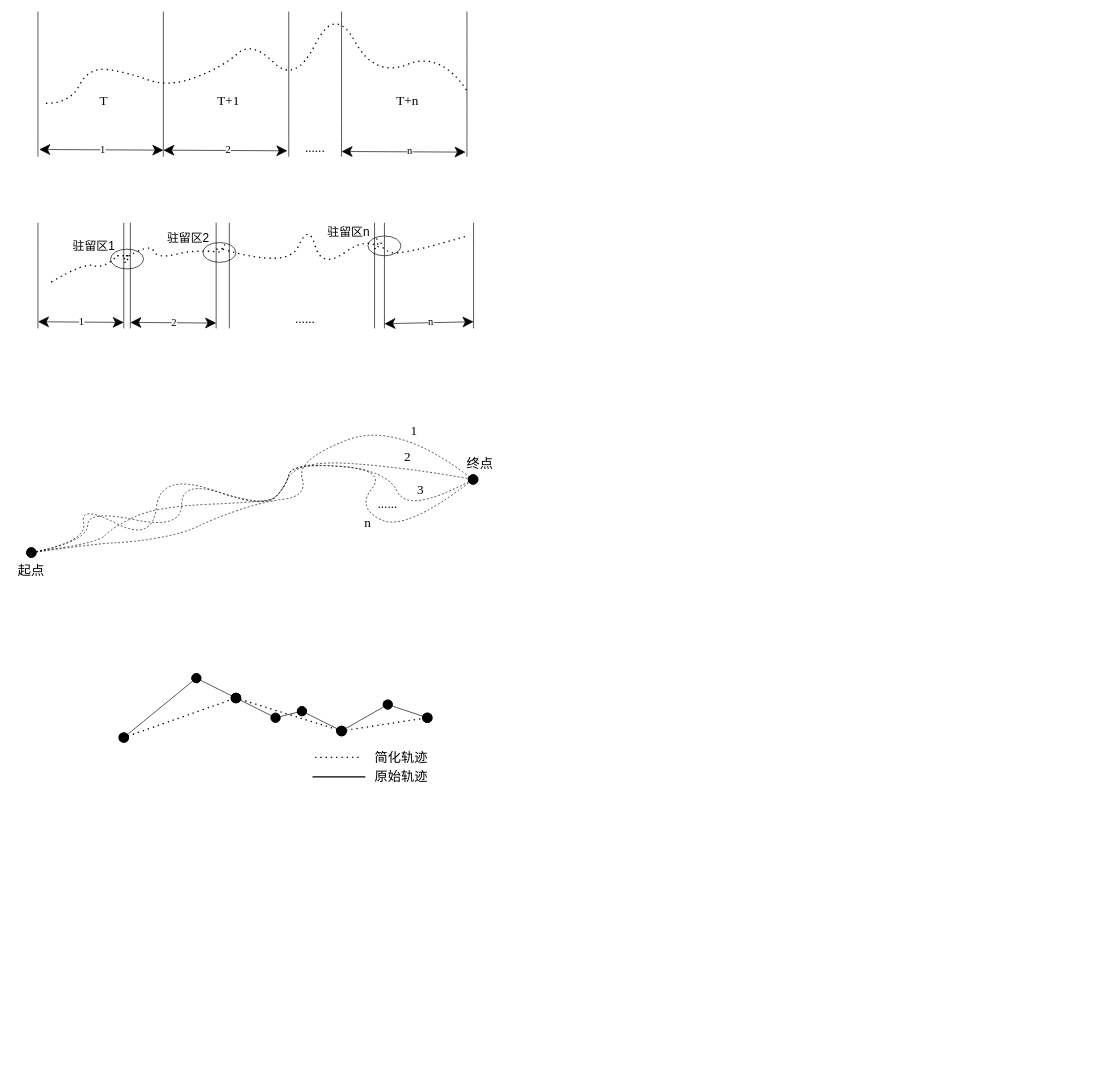
Before: 专利2.drawio in wangwuhua11/draw, a draw.io diagram. Source tidied: cells renumbered, new cells numbered last; positions are measured from the earlier drawing's top-left corner, leaving out a move shared by most shapes. Both pictures are drawn from the tidied source at 66%, with x=0, y=0 at pixel (11, 5).
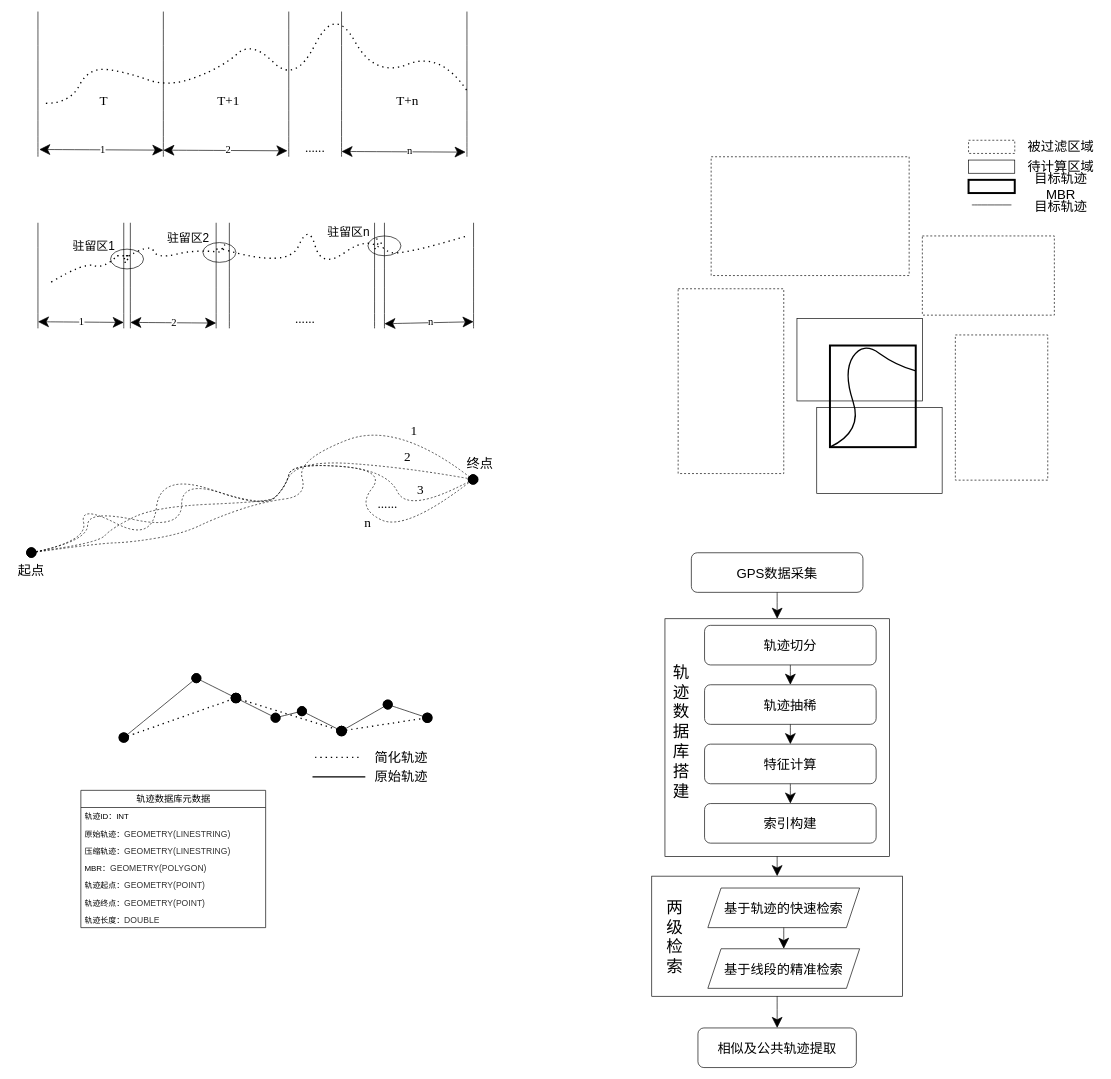
After the change.

What changed in the source:
```diff
@@
+    <mxCell id="72" value="轨迹数据库元数据" style="swimlane;fontStyle=0;horizontal=1;startSize=26;fillColor=none;html=1;fontFamily=宋体;fontSize=14;" parent="1" vertex="1">
+      <mxGeometry x="105" y="1190" width="280" height="208" as="geometry" />
+    </mxCell>
+    <mxCell id="73" value="轨迹ID：INT" style="text;strokeColor=none;fillColor=none;align=left;verticalAlign=top;spacingLeft=4;spacingRight=4;overflow=hidden;whiteSpace=wrap;html=1;fontFamily=宋体;" parent="72" vertex="1">
+      <mxGeometry y="26" width="280" height="26" as="geometry" />
+    </mxCell>
+    <mxCell id="74" value="原始轨迹：&lt;span style=&quot;color: rgb(51, 51, 51); font-size: 13px;&quot;&gt;GEOMETRY(LINESTRING)&amp;nbsp;&lt;/span&gt;" style="text;strokeColor=none;fillColor=none;align=left;verticalAlign=top;spacingLeft=4;spacingRight=4;overflow=hidden;whiteSpace=wrap;html=1;fontFamily=宋体;" parent="72" vertex="1">
+      <mxGeometry y="52" width="280" height="26" as="geometry" />
+    </mxCell>
+    <mxCell id="75" value="压缩轨迹：&lt;span style=&quot;color: rgb(51, 51, 51); font-size: 13px;&quot;&gt;GEOMETRY(&lt;/span&gt;&lt;span style=&quot;color: rgb(51, 51, 51); font-size: 13px;&quot;&gt;LINESTRING&lt;/span&gt;&lt;span style=&quot;color: rgb(51, 51, 51); font-size: 13px;&quot;&gt;)&lt;/span&gt;" style="text;strokeColor=none;fillColor=none;align=left;verticalAlign=top;spacingLeft=4;spacingRight=4;overflow=hidden;whiteSpace=wrap;html=1;fontFamily=宋体;" parent="72" vertex="1">
+      <mxGeometry y="78" width="280" height="26" as="geometry" />
+    </mxCell>
+    <mxCell id="76" value="MBR：&lt;span style=&quot;color: rgb(51, 51, 51); font-size: 13px;&quot;&gt;GEOMETRY(POLYGON)&lt;/span&gt;&lt;span style=&quot;color: rgb(51, 51, 51); font-size: 13px;&quot;&gt;&amp;nbsp;&lt;/span&gt;" style="text;strokeColor=none;fillColor=none;align=left;verticalAlign=top;spacingLeft=4;spacingRight=4;overflow=hidden;whiteSpace=wrap;html=1;fontFamily=宋体;" parent="72" vertex="1">
+      <mxGeometry y="104" width="280" height="26" as="geometry" />
+    </mxCell>
+    <mxCell id="77" value="轨迹起点：&lt;span style=&quot;color: rgb(51, 51, 51); font-size: 13px;&quot;&gt;GEOMETRY(POINT)&lt;/span&gt;&lt;span style=&quot;color: rgb(51, 51, 51); font-size: 13px;&quot;&gt;&amp;nbsp;&lt;/span&gt;" style="text;strokeColor=none;fillColor=none;align=left;verticalAlign=top;spacingLeft=4;spacingRight=4;overflow=hidden;whiteSpace=wrap;html=1;fontFamily=宋体;" parent="72" vertex="1">
+      <mxGeometry y="130" width="280" height="26" as="geometry" />
+    </mxCell>
+    <mxCell id="78" value="轨迹终点：&lt;span style=&quot;color: rgb(51, 51, 51); font-size: 13px;&quot;&gt;GEOMETRY&lt;/span&gt;&lt;span style=&quot;color: rgb(51, 51, 51); font-size: 13px;&quot;&gt;(POINT)&lt;/span&gt;" style="text;strokeColor=none;fillColor=none;align=left;verticalAlign=top;spacingLeft=4;spacingRight=4;overflow=hidden;whiteSpace=wrap;html=1;fontFamily=宋体;" parent="72" vertex="1">
+      <mxGeometry y="156" width="280" height="26" as="geometry" />
+    </mxCell>
+    <mxCell id="79" value="轨迹长度：&lt;span style=&quot;color: rgb(51, 51, 51); font-size: 13px;&quot;&gt;DOUBLE&lt;/span&gt;" style="text;strokeColor=none;fillColor=none;align=left;verticalAlign=top;spacingLeft=4;spacingRight=4;overflow=hidden;whiteSpace=wrap;html=1;fontFamily=宋体;" parent="72" vertex="1">
+      <mxGeometry y="182" width="280" height="26" as="geometry" />
+    </mxCell>
+    <mxCell id="80" style="group;" parent="1" vertex="1">
+      <mxGeometry x="1010" y="200" width="640" height="540" as="geometry" />
+    </mxCell>
+    <mxCell id="81" style="rounded=0;whiteSpace=wrap;html=1;fontFamily=Architects Daughter;dashed=1;" parent="80" vertex="1">
+      <mxGeometry x="50" y="30" width="300" height="180" as="geometry" />
+    </mxCell>
+    <mxCell id="82" style="rounded=0;whiteSpace=wrap;html=1;fontFamily=Architects Daughter;dashed=1;" parent="80" vertex="1">
+      <mxGeometry x="370" y="150" width="200" height="120" as="geometry" />
+    </mxCell>
+    <mxCell id="83" style="rounded=0;whiteSpace=wrap;html=1;fontFamily=Architects Daughter;dashed=1;" parent="80" vertex="1">
+      <mxGeometry y="230" width="160" height="280" as="geometry" />
+    </mxCell>
+    <mxCell id="84" style="rounded=0;whiteSpace=wrap;html=1;fontFamily=Architects Daughter;" parent="80" vertex="1">
+      <mxGeometry x="180" y="275" width="190" height="125" as="geometry" />
+    </mxCell>
+    <mxCell id="85" style="rounded=0;whiteSpace=wrap;html=1;fontFamily=Architects Daughter;" parent="80" vertex="1">
+      <mxGeometry x="210" y="410" width="190" height="130" as="geometry" />
+    </mxCell>
+    <mxCell id="86" style="rounded=0;whiteSpace=wrap;html=1;fontFamily=Architects Daughter;dashed=1;" parent="80" vertex="1">
+      <mxGeometry x="420" y="300" width="140" height="220" as="geometry" />
+    </mxCell>
+    <mxCell id="87" style="rounded=0;whiteSpace=wrap;html=1;fontFamily=Architects Daughter;fillColor=none;strokeWidth=3;" parent="80" vertex="1">
+      <mxGeometry x="230" y="316" width="130" height="154" as="geometry" />
+    </mxCell>
+    <mxCell id="88" style="endArrow=none;html=1;strokeWidth=2;rounded=0;fontFamily=Architects Daughter;fontSize=16;startSize=14;endSize=14;sourcePerimeterSpacing=8;targetPerimeterSpacing=8;curved=1;exitX=0;exitY=1;exitDx=0;exitDy=0;entryX=1;entryY=0.25;entryDx=0;entryDy=0;" parent="80" edge="1" source="87" target="87">
+      <mxGeometry relative="1" as="geometry">
+        <Array as="points">
+          <mxPoint x="280" y="446" />
+          <mxPoint x="250" y="356" />
+          <mxPoint x="280" y="310" />
+          <mxPoint x="330" y="346" />
+        </Array>
+      </mxGeometry>
+    </mxCell>
+    <mxCell id="89" style="rounded=0;whiteSpace=wrap;html=1;fontFamily=Architects Daughter;dashed=1;" parent="80" vertex="1">
+      <mxGeometry x="440" y="5" width="70" height="20" as="geometry" />
+    </mxCell>
+    <mxCell id="90" value="&lt;font face=&quot;宋体&quot;&gt;被过滤区域&lt;/font&gt;" style="text;html=1;align=center;verticalAlign=middle;whiteSpace=wrap;rounded=0;fontSize=20;fontFamily=Architects Daughter;" parent="80" vertex="1">
+      <mxGeometry x="520" width="120" height="30" as="geometry" />
+    </mxCell>
+    <mxCell id="91" style="rounded=0;whiteSpace=wrap;html=1;fontFamily=Architects Daughter;" parent="80" vertex="1">
+      <mxGeometry x="440" y="35" width="70" height="20" as="geometry" />
+    </mxCell>
+    <mxCell id="92" value="&lt;font face=&quot;宋体&quot;&gt;待计算区域&lt;/font&gt;" style="text;html=1;align=center;verticalAlign=middle;whiteSpace=wrap;rounded=0;fontSize=20;fontFamily=Architects Daughter;" parent="80" vertex="1">
+      <mxGeometry x="520" y="30" width="120" height="30" as="geometry" />
+    </mxCell>
+    <mxCell id="93" style="rounded=0;whiteSpace=wrap;html=1;fontFamily=Architects Daughter;strokeWidth=3;" parent="80" vertex="1">
+      <mxGeometry x="440" y="65" width="70" height="20" as="geometry" />
+    </mxCell>
+    <mxCell id="94" value="&lt;font face=&quot;宋体&quot;&gt;目标轨迹MBR&lt;/font&gt;" style="text;html=1;align=center;verticalAlign=middle;whiteSpace=wrap;rounded=0;fontSize=20;fontFamily=Architects Daughter;" parent="80" vertex="1">
+      <mxGeometry x="520" y="60" width="120" height="30" as="geometry" />
+    </mxCell>
+    <mxCell id="95" style="endArrow=none;html=1;rounded=0;fontFamily=Architects Daughter;fontSize=16;startSize=14;endSize=14;sourcePerimeterSpacing=8;targetPerimeterSpacing=8;curved=1;" parent="80" edge="1">
+      <mxGeometry relative="1" as="geometry">
+        <mxPoint x="445" y="103" as="sourcePoint" />
+        <mxPoint x="505" y="103" as="targetPoint" />
+      </mxGeometry>
+    </mxCell>
+    <mxCell id="96" value="&lt;font face=&quot;宋体&quot;&gt;目标轨迹&lt;/font&gt;" style="text;html=1;align=center;verticalAlign=middle;whiteSpace=wrap;rounded=0;fontSize=20;fontFamily=Architects Daughter;" parent="80" vertex="1">
+      <mxGeometry x="520" y="90" width="120" height="30" as="geometry" />
+    </mxCell>
+    <mxCell id="97" style="group;" parent="1" vertex="1">
+      <mxGeometry x="970" y="830" width="380" height="780" as="geometry" />
+    </mxCell>
+    <mxCell id="98" style="rounded=0;whiteSpace=wrap;html=1;fontFamily=Architects Daughter;" parent="97" vertex="1">
+      <mxGeometry x="20" y="100" width="340" height="360" as="geometry" />
+    </mxCell>
+    <mxCell id="99" value="&lt;font face=&quot;宋体&quot; style=&quot;font-size: 20px;&quot;&gt;GPS数据采集&lt;/font&gt;" style="rounded=1;whiteSpace=wrap;html=1;fontFamily=Architects Daughter;" parent="97" vertex="1">
+      <mxGeometry x="60" width="260" height="60" as="geometry" />
+    </mxCell>
+    <mxCell id="100" value="&lt;font face=&quot;宋体&quot; style=&quot;font-size: 20px;&quot;&gt;轨迹切分&lt;/font&gt;" style="rounded=1;whiteSpace=wrap;html=1;fontFamily=Architects Daughter;" parent="97" vertex="1">
+      <mxGeometry x="80" y="110" width="260" height="60" as="geometry" />
+    </mxCell>
+    <mxCell id="101" value="&lt;font face=&quot;宋体&quot; style=&quot;font-size: 20px;&quot;&gt;轨迹抽稀&lt;/font&gt;" style="rounded=1;whiteSpace=wrap;html=1;fontFamily=Architects Daughter;" parent="97" vertex="1">
+      <mxGeometry x="80" y="200" width="260" height="60" as="geometry" />
+    </mxCell>
+    <mxCell id="102" value="&lt;font face=&quot;宋体&quot; style=&quot;font-size: 20px;&quot;&gt;特征计算&lt;/font&gt;" style="rounded=1;whiteSpace=wrap;html=1;fontFamily=Architects Daughter;" parent="97" vertex="1">
+      <mxGeometry x="80" y="290" width="260" height="60" as="geometry" />
+    </mxCell>
+    <mxCell id="103" value="&lt;font face=&quot;宋体&quot;&gt;&lt;span style=&quot;font-size: 20px;&quot;&gt;索引构建&lt;/span&gt;&lt;/font&gt;" style="rounded=1;whiteSpace=wrap;html=1;fontFamily=Architects Daughter;" parent="97" vertex="1">
+      <mxGeometry x="80" y="380" width="260" height="60" as="geometry" />
+    </mxCell>
+    <mxCell id="104" style="endArrow=classic;html=1;rounded=0;fontFamily=Architects Daughter;fontSize=16;startSize=14;endSize=14;sourcePerimeterSpacing=8;targetPerimeterSpacing=8;curved=1;exitX=0.5;exitY=1;exitDx=0;exitDy=0;entryX=0.5;entryY=0;entryDx=0;entryDy=0;" parent="97" edge="1" source="100" target="101">
+      <mxGeometry relative="1" as="geometry" />
+    </mxCell>
+    <mxCell id="105" style="endArrow=classic;html=1;rounded=0;fontFamily=Architects Daughter;fontSize=16;startSize=14;endSize=14;sourcePerimeterSpacing=8;targetPerimeterSpacing=8;curved=1;exitX=0.5;exitY=1;exitDx=0;exitDy=0;entryX=0.5;entryY=0;entryDx=0;entryDy=0;" parent="97" edge="1" source="101" target="102">
+      <mxGeometry relative="1" as="geometry" />
+    </mxCell>
+    <mxCell id="106" style="endArrow=classic;html=1;rounded=0;fontFamily=Architects Daughter;fontSize=16;startSize=14;endSize=14;sourcePerimeterSpacing=8;targetPerimeterSpacing=8;curved=1;exitX=0.5;exitY=1;exitDx=0;exitDy=0;entryX=0.5;entryY=0;entryDx=0;entryDy=0;" parent="97" edge="1" source="102" target="103">
+      <mxGeometry relative="1" as="geometry" />
+    </mxCell>
+    <mxCell id="107" value="&lt;font style=&quot;font-size: 25px;&quot; face=&quot;宋体&quot;&gt;轨迹数据库搭建&lt;/font&gt;" style="text;html=1;align=center;verticalAlign=middle;whiteSpace=wrap;rounded=0;fontSize=20;fontFamily=Architects Daughter;" parent="97" vertex="1">
+      <mxGeometry x="30" y="170" width="30" height="200" as="geometry" />
+    </mxCell>
+    <mxCell id="108" style="group;" parent="97" vertex="1">
+      <mxGeometry y="490" width="380" height="182" as="geometry" />
+    </mxCell>
+    <mxCell id="109" style="rounded=0;whiteSpace=wrap;html=1;fontFamily=Architects Daughter;" parent="108" vertex="1">
+      <mxGeometry width="380" height="182" as="geometry" />
+    </mxCell>
+    <mxCell id="110" value="基于轨迹的快速检索" style="shape=parallelogram;perimeter=parallelogramPerimeter;whiteSpace=wrap;html=1;fixedSize=1;fontFamily=宋体;fontSize=20;" parent="108" vertex="1">
+      <mxGeometry x="85" y="18" width="230" height="60" as="geometry" />
+    </mxCell>
+    <mxCell id="111" value="基于线段的精准检索" style="shape=parallelogram;perimeter=parallelogramPerimeter;whiteSpace=wrap;html=1;fixedSize=1;fontFamily=宋体;fontSize=20;" parent="108" vertex="1">
+      <mxGeometry x="85" y="110" width="230" height="60" as="geometry" />
+    </mxCell>
+    <mxCell id="112" value="&lt;font style=&quot;font-size: 25px;&quot; face=&quot;宋体&quot;&gt;两级检索&lt;/font&gt;" style="text;html=1;align=center;verticalAlign=middle;whiteSpace=wrap;rounded=0;fontSize=20;fontFamily=Architects Daughter;" parent="108" vertex="1">
+      <mxGeometry x="20" y="17" width="30" height="148" as="geometry" />
+    </mxCell>
+    <mxCell id="113" style="endArrow=classic;html=1;rounded=0;fontFamily=Architects Daughter;fontSize=16;startSize=14;endSize=14;sourcePerimeterSpacing=8;targetPerimeterSpacing=8;curved=1;exitX=0.5;exitY=1;exitDx=0;exitDy=0;entryX=0.5;entryY=0;entryDx=0;entryDy=0;" parent="108" edge="1" source="110" target="111">
+      <mxGeometry relative="1" as="geometry" />
+    </mxCell>
+    <mxCell id="114" value="相似及公共轨迹提取" style="rounded=1;whiteSpace=wrap;html=1;fontFamily=宋体;fontSize=20;" parent="97" vertex="1">
+      <mxGeometry x="70" y="720" width="240" height="60" as="geometry" />
+    </mxCell>
+    <mxCell id="115" style="endArrow=classic;html=1;rounded=0;fontFamily=Architects Daughter;fontSize=16;startSize=14;endSize=14;sourcePerimeterSpacing=8;targetPerimeterSpacing=8;curved=1;exitX=0.5;exitY=1;exitDx=0;exitDy=0;entryX=0.5;entryY=0;entryDx=0;entryDy=0;" parent="97" edge="1" source="99" target="98">
+      <mxGeometry relative="1" as="geometry" />
+    </mxCell>
+    <mxCell id="116" style="endArrow=classic;html=1;rounded=0;fontFamily=Architects Daughter;fontSize=16;startSize=14;endSize=14;sourcePerimeterSpacing=8;targetPerimeterSpacing=8;curved=1;exitX=0.5;exitY=1;exitDx=0;exitDy=0;entryX=0.5;entryY=0;entryDx=0;entryDy=0;" parent="97" edge="1" source="98" target="109">
+      <mxGeometry relative="1" as="geometry" />
+    </mxCell>
+    <mxCell id="117" style="endArrow=classic;html=1;rounded=0;fontFamily=Architects Daughter;fontSize=16;startSize=14;endSize=14;sourcePerimeterSpacing=8;targetPerimeterSpacing=8;curved=1;exitX=0.5;exitY=1;exitDx=0;exitDy=0;entryX=0.5;entryY=0;entryDx=0;entryDy=0;" parent="97" edge="1" source="109" target="114">
+      <mxGeometry relative="1" as="geometry" />
+    </mxCell>
```
